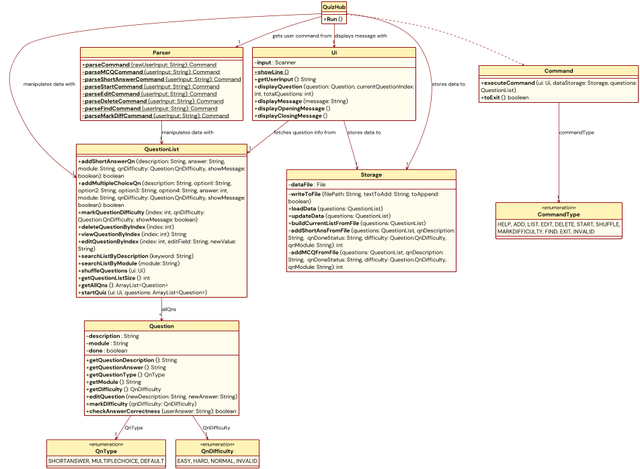
Earlier version of the PlantUML export docs/UML/Images/overallClassInteraction.png (nus-cs2113-AY2324S1/tp). Its source is kept beside it as docs/UML/Puml/overallClassInteraction.puml.
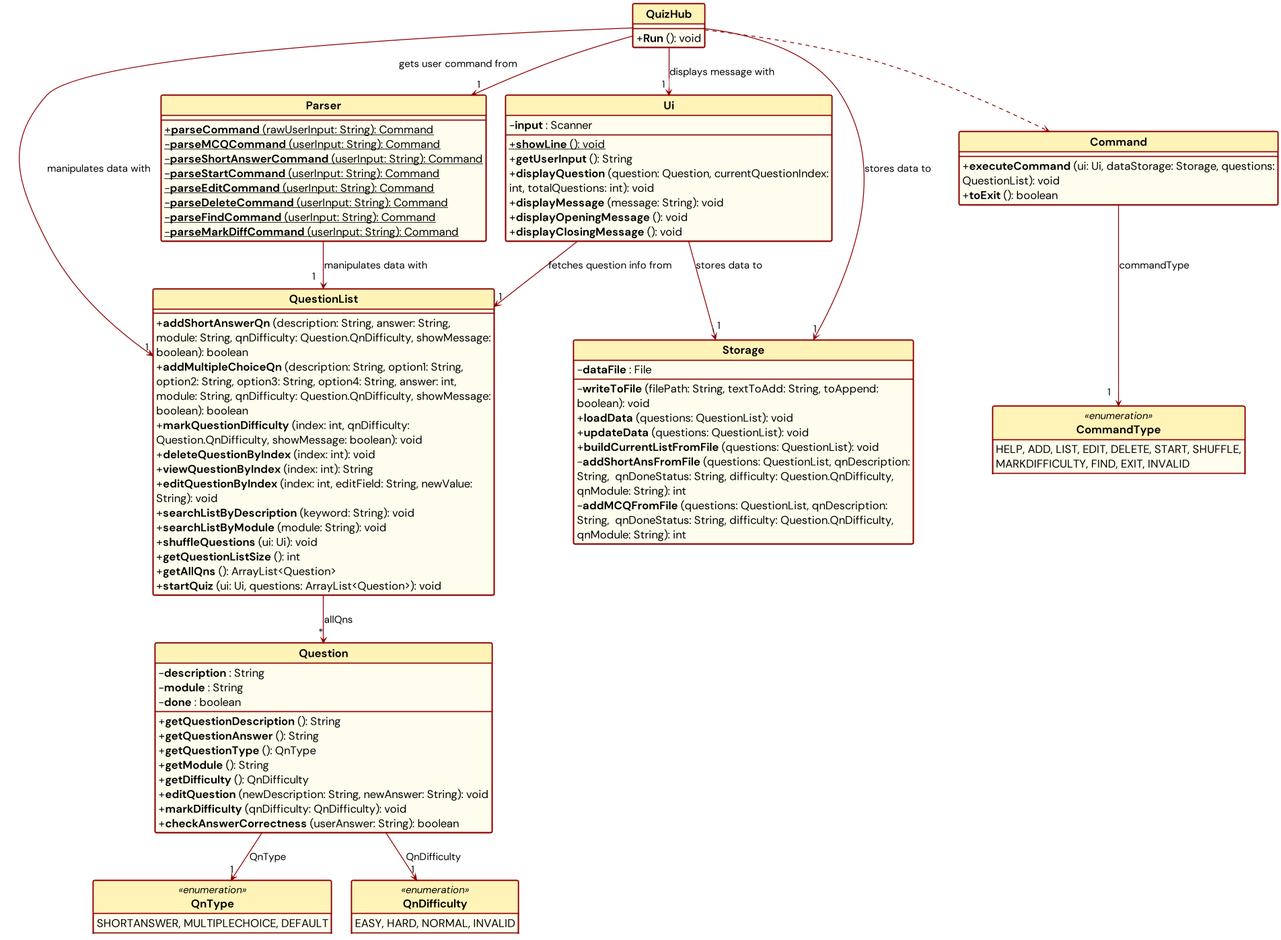
Later version of the same file.

Commit message:
Updated DG UML diagram, updated Juncheng PPP, updated Juncheng AboutUs

What changed in the source:
```diff
@@ -2,7 +2,7 @@
 !include Style.puml
 
 class QuizHub {
-    + **Run** ()
+    + **Run** (): void
 }
 
 class Parser {
@@ -18,20 +18,20 @@
 
 class Ui {
     - **input** : Scanner
-    + {static} **showLine** ()
+    + {static} **showLine** (): void
     + **getUserInput** (): String
-    + **displayQuestion** (question: Question, currentQuestionIndex: int, totalQuestions: int)
-    + **displayMessage** (message: String)
-    + **displayOpeningMessage** ()
-    + **displayClosingMessage** ()
+    + **displayQuestion** (question: Question, currentQuestionIndex: int, totalQuestions: int): void
+    + **displayMessage** (message: String): void
+    + **displayOpeningMessage** (): void
+    + **displayClosingMessage** (): void
 }
 
 class Storage {
     - **dataFile** : File
-    - **writeToFile** (filePath: String, textToAdd: String, toAppend: boolean)
-    + **loadData** (questions: QuestionList)
-    + **updateData** (questions: QuestionList)
-    + **buildCurrentListFromFile** (questions: QuestionList)
+    - **writeToFile** (filePath: String, textToAdd: String, toAppend: boolean): void
+    + **loadData** (questions: QuestionList): void
+    + **updateData** (questions: QuestionList): void
+    + **buildCurrentListFromFile** (questions: QuestionList): void
     - **addShortAnsFromFile** (questions: QuestionList, qnDescription: String,  qnDoneStatus: String, difficulty: Question.QnDifficulty, qnModule: String): int
     - **addMCQFromFile** (questions: QuestionList, qnDescription: String,  qnDoneStatus: String, difficulty: Question.QnDifficulty, qnModule: String): int
 }
@@ -39,16 +39,16 @@
 class QuestionList {
     + **addShortAnswerQn** (description: String, answer: String, module: String, qnDifficulty: Question.QnDifficulty, showMessage: boolean): boolean
     + **addMultipleChoiceQn** (description: String, option1: String, option2: String, option3: String, option4: String, answer: int, module: String, qnDifficulty: Question.QnDifficulty, showMessage: boolean): boolean
-    + **markQuestionDifficulty** (index: int, qnDifficulty: Question.QnDifficulty, showMessage: boolean)
-    + **deleteQuestionByIndex** (index: int)
+    + **markQuestionDifficulty** (index: int, qnDifficulty: Question.QnDifficulty, showMessage: boolean): void
+    + **deleteQuestionByIndex** (index: int): void
     + **viewQuestionByIndex** (index: int): String
-    + **editQuestionByIndex** (index: int, editField: String, newValue: String)
-    + **searchListByDescription** (keyword: String)
-    + **searchListByModule** (module: String)
-    + **shuffleQuestions** (ui: Ui)
+    + **editQuestionByIndex** (index: int, editField: String, newValue: String): void
+    + **searchListByDescription** (keyword: String): void
+    + **searchListByModule** (module: String): void
+    + **shuffleQuestions** (ui: Ui): void
     + **getQuestionListSize** (): int
     + **getAllQns** (): ArrayList<Question>
-    + **startQuiz** (ui: Ui, questions: ArrayList<Question>)
+    + **startQuiz** (ui: Ui, questions: ArrayList<Question>): void
 }
 
 class Question {
@@ -60,13 +60,13 @@
     + **getQuestionType** (): QnType
     + **getModule** (): String
     + **getDifficulty** (): QnDifficulty
-    + **editQuestion** (newDescription: String, newAnswer: String)
-    + **markDifficulty** (qnDifficulty: QnDifficulty)
+    + **editQuestion** (newDescription: String, newAnswer: String): void
+    + **markDifficulty** (qnDifficulty: QnDifficulty): void
     + **checkAnswerCorrectness** (userAnswer: String): boolean
 }
 
 class Command {
-  + **executeCommand** (ui: Ui, dataStorage: Storage, questions: QuestionList)
+  + **executeCommand** (ui: Ui, dataStorage: Storage, questions: QuestionList): void
   + **toExit** (): boolean
 }
 
```
